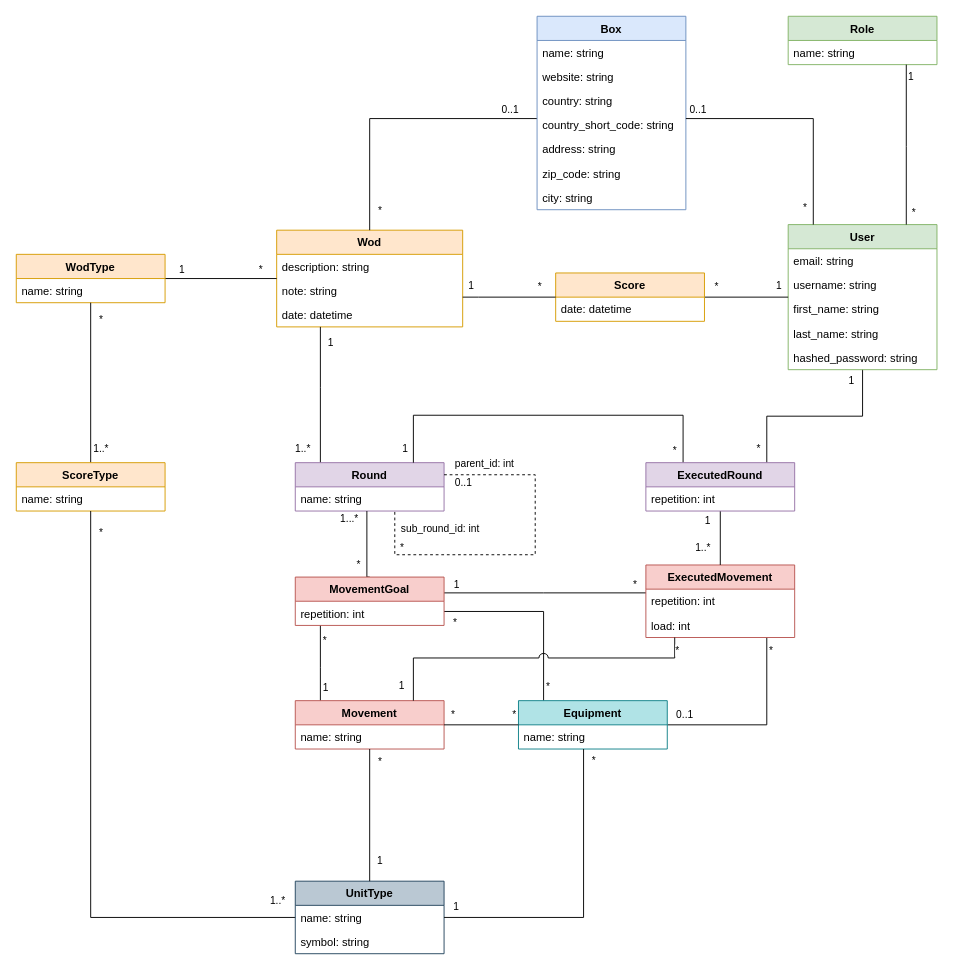
Before: report/ClassDiagram.drawio in GuillaumeOj/P13-WOD-Board, a draw.io diagram. Source tidied: cells renumbered, new cells numbered last; positions are measured from the earlier drawing's top-left corner, leaving out a move shared by most shapes. Both pictures are drawn from the tidied source at 93%, with x=0, y=0 at pixel (16, 16).
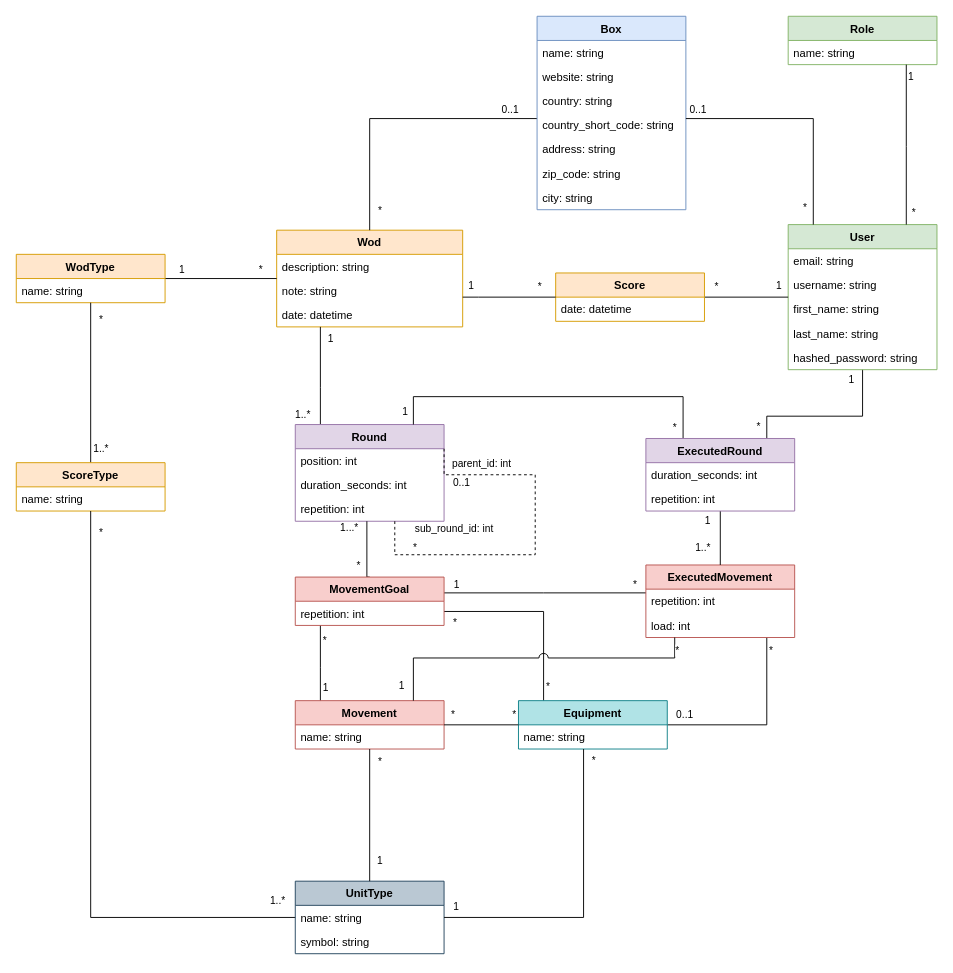
After the change.

Commit message (it also covers changes not shown here):
feat: add a field repetition to round

The change refers to these unchanged cells:
```xml
<mxCell id="104" style="edgeStyle=orthogonalEdgeStyle;rounded=0;orthogonalLoop=1;jettySize=auto;html=1;exitX=1;exitY=0.25;exitDx=0;exitDy=0;endArrow=none;endFill=0;dashed=1;" parent="1" edge="1" source="14" target="14">
  <mxGeometry relative="1" as="geometry">
    <Array as="points">
      <mxPoint x="558" y="493" />
      <mxPoint x="558" y="579" />
      <mxPoint x="407" y="579" />
    </Array>
  </mxGeometry>
</mxCell>
```

What changed in the source:
```diff
@@
     <mxCell id="14" value="Round" style="swimlane;fontStyle=1;align=center;verticalAlign=top;horizontal=1;startSize=26;fillColor=#e1d5e7;strokeColor=#9673a6;" parent="1" vertex="1">
-      <mxGeometry x="300" y="480" width="160" height="52" as="geometry" />
+      <mxGeometry x="300" y="439" width="160" height="104" as="geometry" />
     </mxCell>
-    <mxCell id="15" value="name: string" style="text;strokeColor=none;fillColor=none;align=left;verticalAlign=top;spacingLeft=4;spacingRight=4;overflow=hidden;" parent="14" vertex="1">
+    <mxCell id="15" value="position: int" style="text;strokeColor=none;fillColor=none;align=left;verticalAlign=top;spacingLeft=4;spacingRight=4;overflow=hidden;" parent="14" vertex="1">
       <mxGeometry y="26" width="160" height="26" as="geometry" />
     </mxCell>
+    <mxCell id="112" value="duration_seconds: int" style="text;strokeColor=none;fillColor=none;align=left;verticalAlign=top;spacingLeft=4;spacingRight=4;overflow=hidden;" parent="14" vertex="1">
+      <mxGeometry y="52" width="160" height="26" as="geometry" />
+    </mxCell>
+    <mxCell id="113" value="repetition: int" style="text;strokeColor=none;fillColor=none;align=left;verticalAlign=top;spacingLeft=4;spacingRight=4;overflow=hidden;" parent="14" vertex="1">
+      <mxGeometry y="78" width="160" height="26" as="geometry" />
+    </mxCell>
@@
     <mxCell id="99" style="edgeStyle=orthogonalEdgeStyle;rounded=0;jumpStyle=arc;jumpSize=10;jettySize=auto;html=1;endArrow=none;endFill=0;" parent="1" edge="1" source="102" target="14">
       <mxGeometry relative="1" as="geometry">
         <Array as="points">
-          <mxPoint x="717" y="429" />
-          <mxPoint x="427" y="429" />
+          <mxPoint x="717" y="409" />
+          <mxPoint x="427" y="409" />
         </Array>
       </mxGeometry>
     </mxCell>
@@
     <mxCell id="102" value="ExecutedRound" style="swimlane;fontStyle=1;align=center;verticalAlign=top;horizontal=1;startSize=26;fillColor=#e1d5e7;strokeColor=#9673a6;" parent="1" vertex="1">
-      <mxGeometry x="677" y="480" width="160" height="52" as="geometry" />
+      <mxGeometry x="677" y="454" width="160" height="78" as="geometry" />
     </mxCell>
-    <mxCell id="103" value="repetition: int" style="text;strokeColor=none;fillColor=none;align=left;verticalAlign=top;spacingLeft=4;spacingRight=4;overflow=hidden;" parent="102" vertex="1">
+    <mxCell id="103" value="duration_seconds: int" style="text;strokeColor=none;fillColor=none;align=left;verticalAlign=top;spacingLeft=4;spacingRight=4;overflow=hidden;" parent="102" vertex="1">
       <mxGeometry y="26" width="160" height="26" as="geometry" />
     </mxCell>
+    <mxCell id="114" value="repetition: int" style="text;strokeColor=none;fillColor=none;align=left;verticalAlign=top;spacingLeft=4;spacingRight=4;overflow=hidden;" parent="102" vertex="1">
+      <mxGeometry y="52" width="160" height="26" as="geometry" />
+    </mxCell>
@@
     <mxCell id="105" value="parent_id: int" style="edgeLabel;html=1;align=left;verticalAlign=bottom;" parent="104" vertex="1">
       <mxGeometry x="-0.77" relative="1" as="geometry">
-        <mxPoint x="-34.4" y="-4" as="offset" />
+        <mxPoint x="-11" y="-4" as="offset" />
       </mxGeometry>
     </mxCell>
@@
     <mxCell id="108" value="0..1" style="edgeLabel;html=1;align=left;verticalAlign=top;" parent="104" vertex="1">
       <mxGeometry x="-0.86" relative="1" as="geometry">
-        <mxPoint x="-17.2" y="-4" as="offset" />
+        <mxPoint x="8" y="-4" as="offset" />
       </mxGeometry>
     </mxCell>
```
